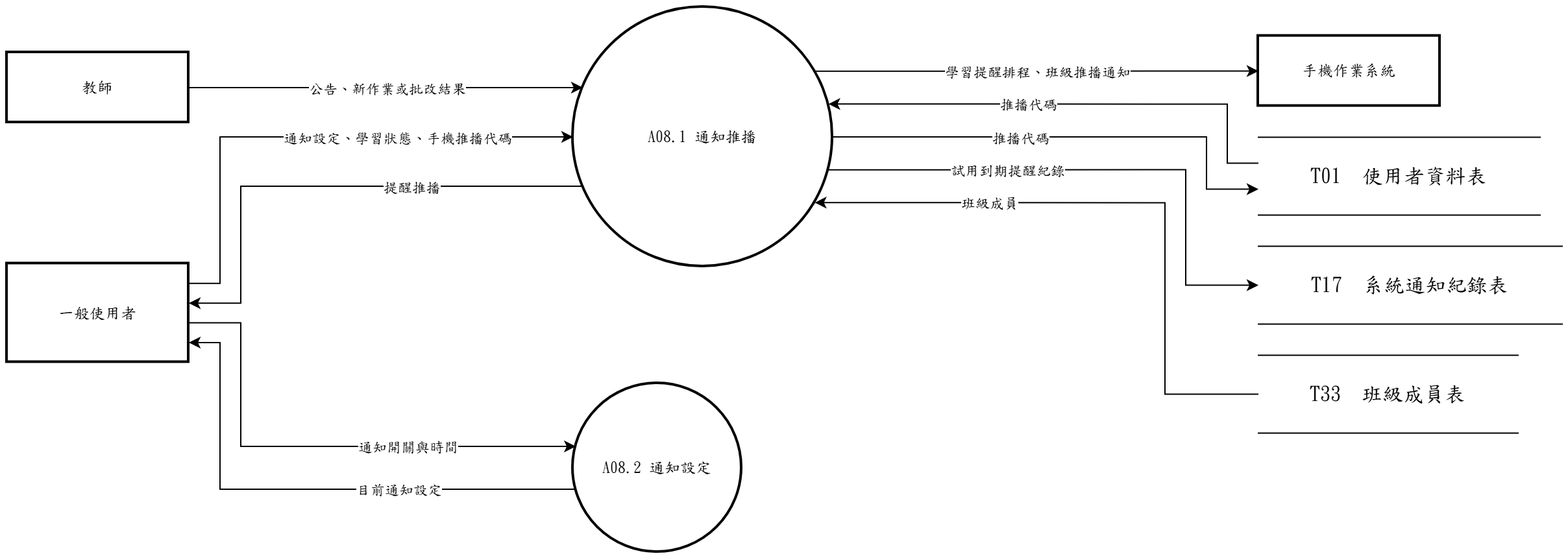
Before: 系統文件/第6章/DFD圖/圖8/新/圖8.drawio.png, a diagram exported from draw.io (s22452007/115502). Source tidied: cells renumbered, new cells last; positions are measured from the earlier drawing's top-left corner, leaving out a move shared by most shapes.
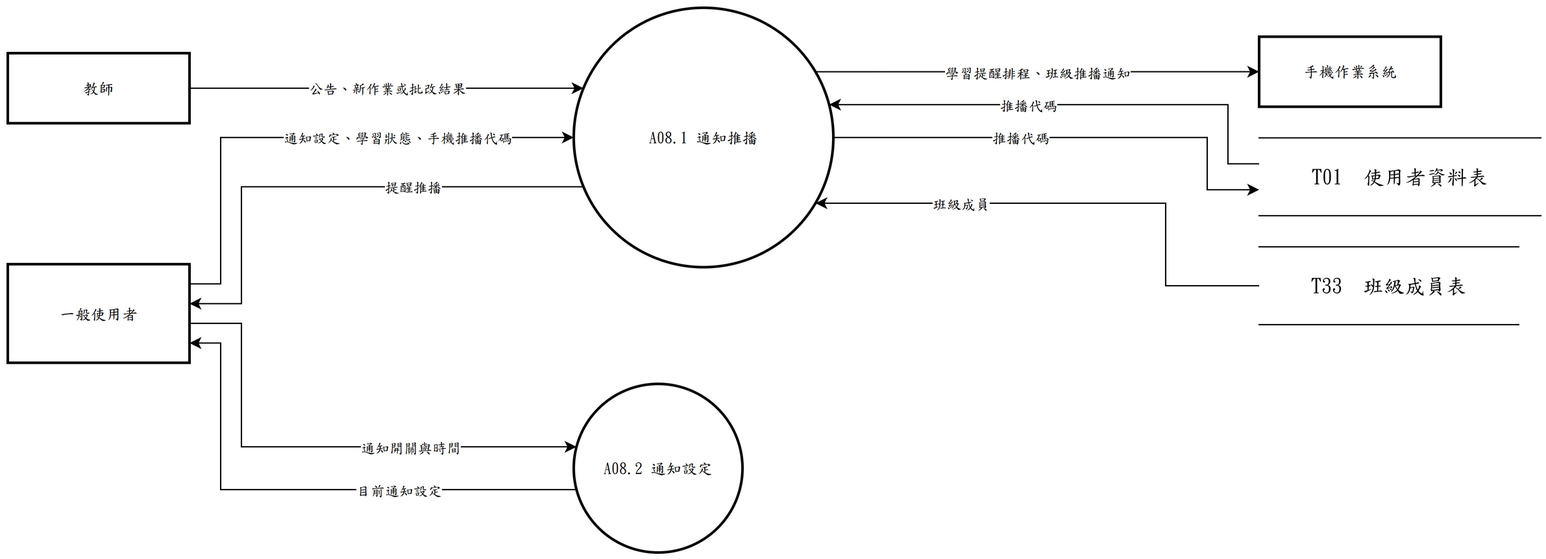
After the change.

Change to the diagram source:
```diff
@@ -20,11 +20,8 @@
     <mxCell id="7" value="T01  使用者資料表" style="shape=partialRectangle;whiteSpace=wrap;html=1;left=0;right=0;fontFamily=標楷體;fontSize=16;" parent="1" vertex="1">
       <mxGeometry x="964" y="100.3" width="217" height="60" as="geometry" />
     </mxCell>
-    <mxCell id="8" value="T17  系統通知紀錄表" style="shape=partialRectangle;whiteSpace=wrap;html=1;left=0;right=0;fontFamily=標楷體;fontSize=16;" parent="1" vertex="1">
-      <mxGeometry x="964" y="184.3" width="234" height="60" as="geometry" />
-    </mxCell>
     <mxCell id="9" value="T33  班級成員表" style="shape=partialRectangle;whiteSpace=wrap;html=1;left=0;right=0;fontFamily=標楷體;fontSize=16;" parent="1" vertex="1">
-      <mxGeometry x="964" y="268.3" width="200" height="60" as="geometry" />
+      <mxGeometry x="964" y="184.3" width="200" height="60" as="geometry" />
     </mxCell>
     <mxCell id="10" style="edgeStyle=none;rounded=0;html=1;fontFamily=標楷體;endArrow=classic;exitX=1.0000;exitY=0.2000;exitDx=0;exitDy=0;exitPerimeter=0;entryX=0.0000;entryY=0.5000;entryDx=0;entryDy=0;entryPerimeter=0;" parent="1" edge="1" source="5" target="2">
       <mxGeometry relative="1" as="geometry">
@@ -57,7 +54,7 @@
     <mxCell id="16" style="edgeStyle=none;rounded=0;html=1;fontFamily=標楷體;endArrow=classic;exitX=0.0000;exitY=0.5000;exitDx=0;exitDy=0;exitPerimeter=0;entryX=0.9311;entryY=0.7533;entryDx=0;entryDy=0;entryPerimeter=0;" parent="1" edge="1" source="9" target="2">
       <mxGeometry relative="1" as="geometry">
         <Array as="points">
-          <mxPoint x="892" y="298.3" />
+          <mxPoint x="892" y="214.3" />
           <mxPoint x="892" y="150.7" />
         </Array>
       </mxGeometry>
@@ -82,17 +79,6 @@
     <mxCell id="21" value="學習提醒排程、班級推播通知" style="edgeLabel;html=1;align=center;verticalAlign=middle;fontFamily=標楷體;" parent="20" vertex="1">
       <mxGeometry relative="1" as="geometry" />
     </mxCell>
-    <mxCell id="22" style="edgeStyle=none;rounded=0;html=1;fontFamily=標楷體;endArrow=classic;exitX=0.9837;exitY=0.6267;exitDx=0;exitDy=0;exitPerimeter=0;entryX=0.0000;entryY=0.5000;entryDx=0;entryDy=0;entryPerimeter=0;" parent="1" edge="1" source="2" target="8">
-      <mxGeometry relative="1" as="geometry">
-        <Array as="points">
-          <mxPoint x="908" y="125.3" />
-          <mxPoint x="908" y="214.3" />
-        </Array>
-      </mxGeometry>
-    </mxCell>
-    <mxCell id="23" value="試用到期提醒紀錄" style="edgeLabel;html=1;align=center;verticalAlign=middle;fontFamily=標楷體;" parent="22" vertex="1">
-      <mxGeometry x="-0.34" relative="1" as="geometry" />
-    </mxCell>
     <mxCell id="24" style="edgeStyle=none;rounded=0;html=1;fontFamily=標楷體;endArrow=classic;exitX=1.0000;exitY=0.5000;exitDx=0;exitDy=0;exitPerimeter=0;entryX=0.0000;entryY=0.6667;entryDx=0;entryDy=0;entryPerimeter=0;" parent="1" edge="1" source="2" target="7">
       <mxGeometry relative="1" as="geometry">
         <Array as="points">
```
